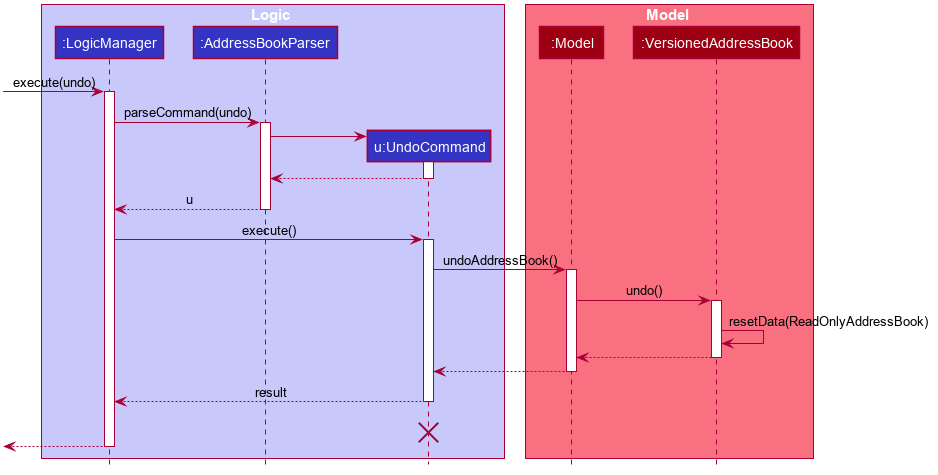
Before: docs/images/UndoSequenceDiagram.png, a diagram exported from PlantUML (nus-cs2103-AY1920S1/addressbook-level3).
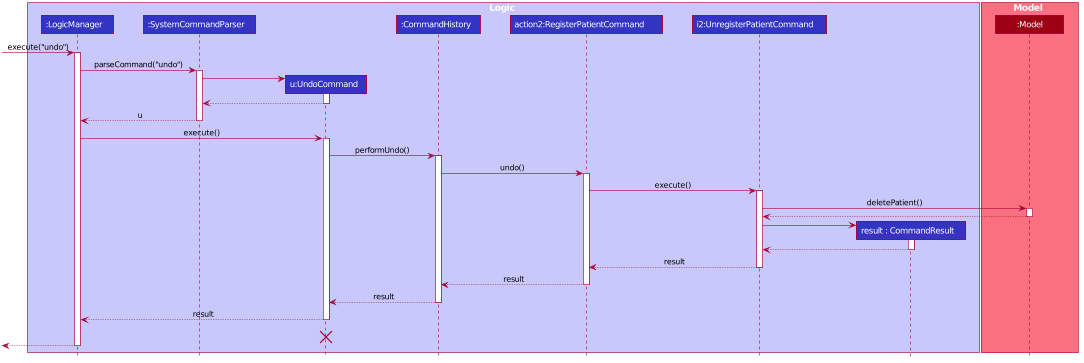
After the change.

What changed in the source:
```diff
@@ -38,8 +38,8 @@
     Padding 20
 }
 
-skinparam MinClassWidth 50
-skinparam ParticipantPadding 10
+skinparam MinClassWidth 100
+skinparam ParticipantPadding 20
 skinparam Shadowing false
 skinparam DefaultTextAlignment center
 skinparam packageStyle Rectangle
@@ -49,46 +49,66 @@
 hide circle
 
 box Logic #C8C8FA
-participant ":LogicManager" as LogicManager #3333C4
-participant ":AddressBookParser" as AddressBookParser #3333C4
-participant "u:UndoCommand" as UndoCommand #3333C4
+participant ":LogicManager   " as LogicManager #3333C4
+participant ":SystemCommandParser   " as Parser #3333C4
+participant "u:UndoCommand  " as UndoCommand #3333C4
+participant ":CommandHistory  " as CommandHistory #3333C4
+
+participant "action2:RegisterPatientCommand      " as ActionPair #3333C4
+participant "i2:UnregisterPatientCommand    " as UnregisterPatientCommand #3333C4
+
+participant "result : CommandResult   " as CommandResult #3333C4
 end box
 
 box Model #F97181
 participant ":Model" as Model #9D0012
-participant ":VersionedAddressBook" as VersionedAddressBook #9D0012
 end box
-[-> LogicManager : execute(undo)
+[-> LogicManager : execute("undo")
 activate LogicManager
 
-LogicManager -> AddressBookParser : parseCommand(undo)
-activate AddressBookParser
+LogicManager -> Parser : parseCommand("undo")
+activate Parser
 
 create UndoCommand
-AddressBookParser -> UndoCommand
+Parser -> UndoCommand
 activate UndoCommand
 
-UndoCommand --> AddressBookParser
+UndoCommand --> Parser
 deactivate UndoCommand
 
-AddressBookParser --> LogicManager : u
-deactivate AddressBookParser
+Parser --> LogicManager : u
+deactivate Parser
 
 LogicManager -> UndoCommand : execute()
 activate UndoCommand
 
-UndoCommand -> Model : undoAddressBook()
+UndoCommand -> CommandHistory : performUndo()
+activate CommandHistory
+
+CommandHistory -> ActionPair : undo()
+activate ActionPair
+
+ActionPair -> UnregisterPatientCommand : execute()
+activate UnregisterPatientCommand
+
+UnregisterPatientCommand -> Model : deletePatient()
 activate Model
 
-Model -> VersionedAddressBook : undo()
-activate VersionedAddressBook
+return
 
-VersionedAddressBook -> VersionedAddressBook :resetData(ReadOnlyAddressBook)
-VersionedAddressBook --> Model :
-deactivate VersionedAddressBook
+create CommandResult
+UnregisterPatientCommand -> CommandResult
+activate CommandResult
+return
 
-Model --> UndoCommand
-deactivate Model
+UnregisterPatientCommand --> ActionPair : result
+deactivate UnregisterPatientCommand
+
+ActionPair --> CommandHistory : result
+deactivate ActionPair
+
+CommandHistory --> UndoCommand : result
+deactivate CommandHistory
 
 UndoCommand --> LogicManager : result
 deactivate UndoCommand
```
